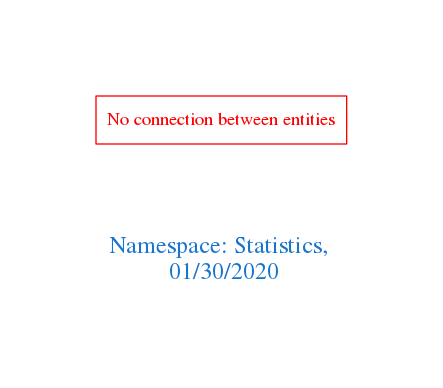
arago/OGIT keeps this Graphviz diagram as downloads/Statistics.png. Above is the earlier version. Its source is kept beside it as downloads/Statistics.dot.
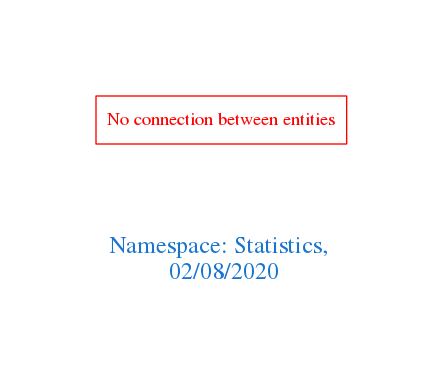
After the commit.

What changed in the source:
```diff
@@ -1,7 +1,7 @@
 digraph OGIT_ontology {
  graph [ rankdir= LR,pad=1
 fontsize = 18,
-fontcolor= dodgerblue3,label = "\n\n\nNamespace: Statistics, \n 01/30/2020"];
+fontcolor= dodgerblue3,label = "\n\n\nNamespace: Statistics, \n 02/08/2020"];
 node[shape=polygon];
 edge [  color="gray81"];
 
```
